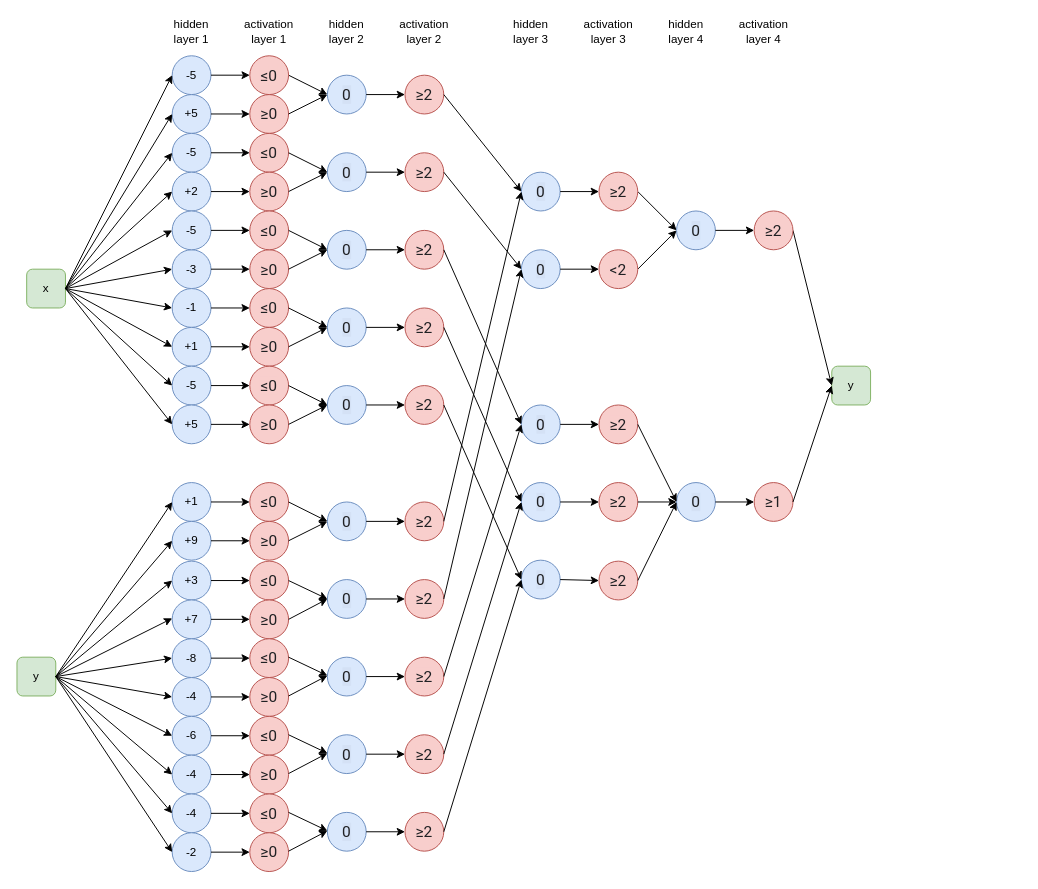
This is FML_HW5.drawio from bakerston/Algorithm, a draw.io file, before an edit. Source tidied: cells renumbered, new cells numbered last; positions are measured from the earlier drawing's top-left corner, leaving out a move shared by most shapes. Both pictures are drawn from the tidied source at 97%, with x=0, y=0 at pixel (16, 16).
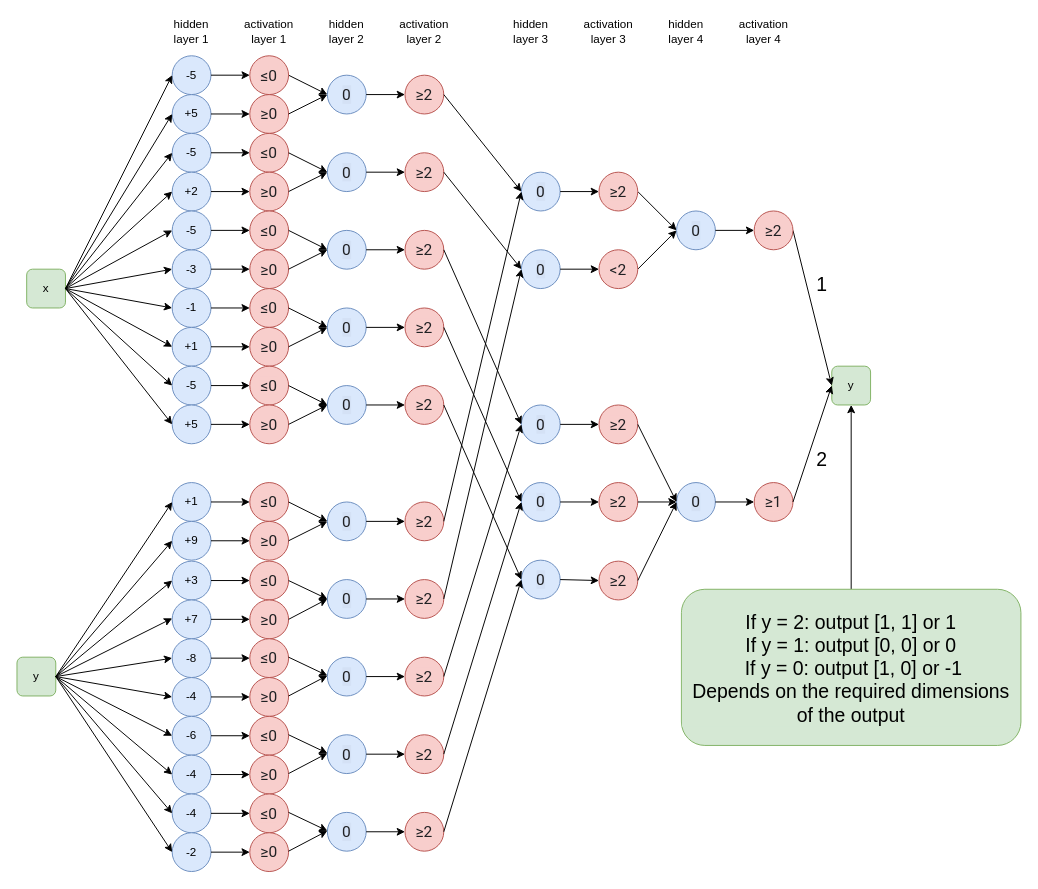
The same page after the edit.

Unchanged cells that the change refers to:
```xml
<mxCell id="57" value="y" style="rounded=1;whiteSpace=wrap;html=1;fillColor=#d5e8d4;strokeColor=#82b366;" parent="1" vertex="1">
  <mxGeometry x="840" y="360" width="40" height="40" as="geometry" />
</mxCell>
```

What changed in the source:
```diff
@@
+    <mxCell id="184" value="&lt;font style=&quot;font-size: 20px;&quot;&gt;2&lt;/font&gt;" style="text;html=1;align=center;verticalAlign=middle;whiteSpace=wrap;rounded=0;labelBackgroundColor=#FFFFFF;" parent="1" vertex="1">
+      <mxGeometry x="800" y="440" width="60" height="30" as="geometry" />
+    </mxCell>
+    <mxCell id="185" value="&lt;font style=&quot;font-size: 20px&quot;&gt;1&lt;/font&gt;" style="text;html=1;align=center;verticalAlign=middle;whiteSpace=wrap;rounded=0;labelBackgroundColor=#FFFFFF;" parent="1" vertex="1">
+      <mxGeometry x="800" y="260" width="60" height="30" as="geometry" />
+    </mxCell>
+    <mxCell id="186" style="edgeStyle=orthogonalEdgeStyle;rounded=0;jettySize=auto;html=1;exitX=0.5;exitY=0;exitDx=0;exitDy=0;entryX=0.5;entryY=1;entryDx=0;entryDy=0;fontSize=20;" parent="1" edge="1" source="187" target="57">
+      <mxGeometry relative="1" as="geometry" />
+    </mxCell>
+    <mxCell id="187" value="&lt;span style=&quot;&quot;&gt;If y = 2: output [1, 1] or 1&lt;br&gt;If y = 1: output [0, 0] or 0&lt;br&gt;&amp;nbsp;If y = 0: output [1, 0] or -1&lt;br&gt;Depends on the required dimensions of the output&lt;/span&gt;" style="rounded=1;whiteSpace=wrap;html=1;labelBackgroundColor=#D5E8D4;fontSize=20;fillColor=#d5e8d4;strokeColor=#82b366;" parent="1" vertex="1">
+      <mxGeometry x="685" y="590" width="350" height="161" as="geometry" />
+    </mxCell>
```
